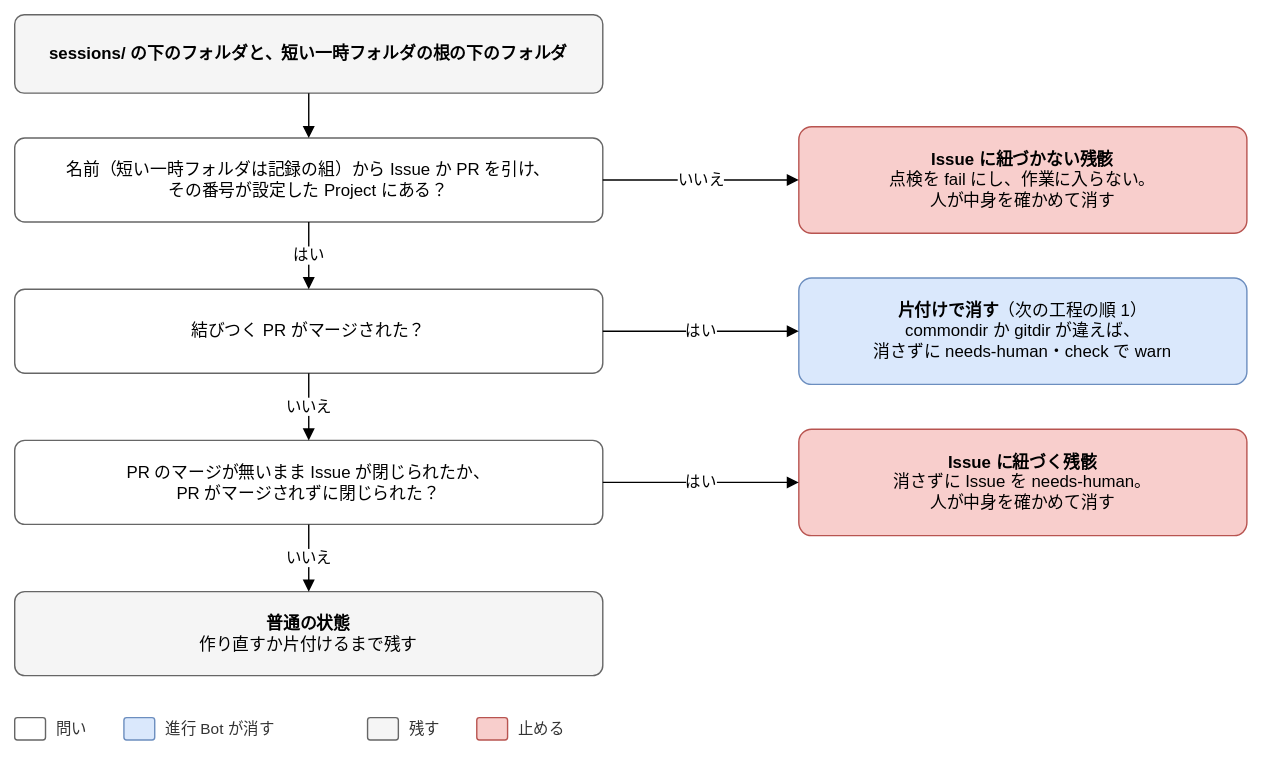
Joymerrevent/dev-autopilot keeps this draw.io diagram as docs/design/basic/diagrams/02-workspace-residue.drawio.svg. Above is the earlier version. Source tidied: cells renumbered, new cells last; positions are measured from the earlier drawing's top-left corner, leaving out a move shared by most shapes. Its diagram source:
```xml
<mxGraphModel background="#ffffff">
  <root>
    <mxCell id="0" />
    <mxCell id="1" parent="0" />
    <mxCell id="2" value="&lt;b&gt;sessions/ の下のフォルダと、短い一時フォルダの根の下のフォルダ&lt;/b&gt;" style="rounded=1;whiteSpace=wrap;html=1;fontSize=12;arcSize=12;spacing=12;fillColor=#f5f5f5;strokeColor=#666666;" parent="1" vertex="1">
      <mxGeometry width="420" height="56" as="geometry" />
    </mxCell>
    <mxCell id="3" value="名前（短い一時フォルダは記録の組）から Issue か PR を引け、&lt;br&gt;その番号が設定した Project にある？" style="rounded=1;whiteSpace=wrap;html=1;fontSize=12;arcSize=12;spacing=12;fillColor=#ffffff;strokeColor=#666666;" parent="1" vertex="1">
      <mxGeometry y="88" width="420" height="60" as="geometry" />
    </mxCell>
    <mxCell id="4" value="結びつく PR がマージされた？" style="rounded=1;whiteSpace=wrap;html=1;fontSize=12;arcSize=12;spacing=12;fillColor=#ffffff;strokeColor=#666666;" parent="1" vertex="1">
      <mxGeometry y="196" width="420" height="60" as="geometry" />
    </mxCell>
    <mxCell id="5" value="PR のマージが無いまま Issue が閉じられたか、&lt;br&gt;PR がマージされずに閉じられた？" style="rounded=1;whiteSpace=wrap;html=1;fontSize=12;arcSize=12;spacing=12;fillColor=#ffffff;strokeColor=#666666;" parent="1" vertex="1">
      <mxGeometry y="304" width="420" height="60" as="geometry" />
    </mxCell>
    <mxCell id="6" value="&lt;b&gt;Issue に紐づかない残骸&lt;/b&gt;&lt;br&gt;点検を fail にし、作業に入らない。&lt;br&gt;人が中身を確かめて消す" style="rounded=1;whiteSpace=wrap;html=1;fontSize=12;arcSize=12;spacing=12;fillColor=#f8cecc;strokeColor=#b85450;" parent="1" vertex="1">
      <mxGeometry x="560" y="80" width="320" height="76" as="geometry" />
    </mxCell>
    <mxCell id="7" value="&lt;b&gt;片付けで消す&lt;/b&gt;（次の工程の順 1）&lt;br&gt;commondir か gitdir が違えば、&lt;br&gt;消さずに needs-human・check で warn" style="rounded=1;whiteSpace=wrap;html=1;fontSize=12;arcSize=12;spacing=12;fillColor=#dae8fc;strokeColor=#6c8ebf;" parent="1" vertex="1">
      <mxGeometry x="560" y="188" width="320" height="76" as="geometry" />
    </mxCell>
    <mxCell id="8" value="&lt;b&gt;Issue に紐づく残骸&lt;/b&gt;&lt;br&gt;消さずに Issue を needs-human。&lt;br&gt;人が中身を確かめて消す" style="rounded=1;whiteSpace=wrap;html=1;fontSize=12;arcSize=12;spacing=12;fillColor=#f8cecc;strokeColor=#b85450;" parent="1" vertex="1">
      <mxGeometry x="560" y="296" width="320" height="76" as="geometry" />
    </mxCell>
    <mxCell id="9" value="&lt;b&gt;普通の状態&lt;/b&gt;&lt;br&gt;作り直すか片付けるまで残す" style="rounded=1;whiteSpace=wrap;html=1;fontSize=12;arcSize=12;spacing=12;fillColor=#f5f5f5;strokeColor=#666666;" parent="1" vertex="1">
      <mxGeometry y="412" width="420" height="60" as="geometry" />
    </mxCell>
    <mxCell id="10" style="edgeStyle=orthogonalEdgeStyle;rounded=1;html=1;endArrow=block;endFill=1;fontSize=11;labelBackgroundColor=#ffffff;exitX=0.5;exitY=1;exitDx=0;exitDy=0;entryX=0.5;entryY=0;entryDx=0;entryDy=0;" parent="1" edge="1" source="2" target="3">
      <mxGeometry relative="1" as="geometry" />
    </mxCell>
    <mxCell id="11" value="いいえ" style="edgeStyle=orthogonalEdgeStyle;rounded=1;html=1;endArrow=block;endFill=1;fontSize=11;labelBackgroundColor=#ffffff;exitX=1;exitY=0.5;exitDx=0;exitDy=0;entryX=0;entryY=0.5;entryDx=0;entryDy=0;" parent="1" edge="1" source="3" target="6">
      <mxGeometry relative="1" as="geometry" />
    </mxCell>
    <mxCell id="12" value="はい" style="edgeStyle=orthogonalEdgeStyle;rounded=1;html=1;endArrow=block;endFill=1;fontSize=11;labelBackgroundColor=#ffffff;exitX=0.5;exitY=1;exitDx=0;exitDy=0;entryX=0.5;entryY=0;entryDx=0;entryDy=0;" parent="1" edge="1" source="3" target="4">
      <mxGeometry relative="1" as="geometry" />
    </mxCell>
    <mxCell id="13" value="はい" style="edgeStyle=orthogonalEdgeStyle;rounded=1;html=1;endArrow=block;endFill=1;fontSize=11;labelBackgroundColor=#ffffff;exitX=1;exitY=0.5;exitDx=0;exitDy=0;entryX=0;entryY=0.5;entryDx=0;entryDy=0;" parent="1" edge="1" source="4" target="7">
      <mxGeometry relative="1" as="geometry" />
    </mxCell>
    <mxCell id="14" value="いいえ" style="edgeStyle=orthogonalEdgeStyle;rounded=1;html=1;endArrow=block;endFill=1;fontSize=11;labelBackgroundColor=#ffffff;exitX=0.5;exitY=1;exitDx=0;exitDy=0;entryX=0.5;entryY=0;entryDx=0;entryDy=0;" parent="1" edge="1" source="4" target="5">
      <mxGeometry relative="1" as="geometry" />
    </mxCell>
    <mxCell id="15" value="はい" style="edgeStyle=orthogonalEdgeStyle;rounded=1;html=1;endArrow=block;endFill=1;fontSize=11;labelBackgroundColor=#ffffff;exitX=1;exitY=0.5;exitDx=0;exitDy=0;entryX=0;entryY=0.5;entryDx=0;entryDy=0;" parent="1" edge="1" source="5" target="8">
      <mxGeometry relative="1" as="geometry" />
    </mxCell>
    <mxCell id="16" value="いいえ" style="edgeStyle=orthogonalEdgeStyle;rounded=1;html=1;endArrow=block;endFill=1;fontSize=11;labelBackgroundColor=#ffffff;exitX=0.5;exitY=1;exitDx=0;exitDy=0;entryX=0.5;entryY=0;entryDx=0;entryDy=0;" parent="1" edge="1" source="5" target="9">
      <mxGeometry relative="1" as="geometry" />
    </mxCell>
    <mxCell id="17" style="rounded=1;whiteSpace=wrap;html=1;fontSize=12;arcSize=12;spacing=12;fillColor=#ffffff;strokeColor=#666666;" parent="1" vertex="1">
      <mxGeometry y="502" width="22" height="16" as="geometry" />
    </mxCell>
    <mxCell id="18" value="問い" style="text;html=1;align=left;verticalAlign=middle;fontSize=11;fontColor=#333333;" parent="1" vertex="1">
      <mxGeometry x="28" y="500" width="34" height="20" as="geometry" />
    </mxCell>
    <mxCell id="19" style="rounded=1;whiteSpace=wrap;html=1;fontSize=12;arcSize=12;spacing=12;fillColor=#dae8fc;strokeColor=#6c8ebf;" parent="1" vertex="1">
      <mxGeometry x="78" y="502" width="22" height="16" as="geometry" />
    </mxCell>
    <mxCell id="20" value="進行 Bot が消す" style="text;html=1;align=left;verticalAlign=middle;fontSize=11;fontColor=#333333;" parent="1" vertex="1">
      <mxGeometry x="106" y="500" width="130" height="20" as="geometry" />
    </mxCell>
    <mxCell id="21" style="rounded=1;whiteSpace=wrap;html=1;fontSize=12;arcSize=12;spacing=12;fillColor=#f5f5f5;strokeColor=#666666;" parent="1" vertex="1">
      <mxGeometry x="252" y="502" width="22" height="16" as="geometry" />
    </mxCell>
    <mxCell id="22" value="残す" style="text;html=1;align=left;verticalAlign=middle;fontSize=11;fontColor=#333333;" parent="1" vertex="1">
      <mxGeometry x="280" y="500" width="34" height="20" as="geometry" />
    </mxCell>
    <mxCell id="23" style="rounded=1;whiteSpace=wrap;html=1;fontSize=12;arcSize=12;spacing=12;fillColor=#f8cecc;strokeColor=#b85450;" parent="1" vertex="1">
      <mxGeometry x="330" y="502" width="22" height="16" as="geometry" />
    </mxCell>
    <mxCell id="24" value="止める" style="text;html=1;align=left;verticalAlign=middle;fontSize=11;fontColor=#333333;" parent="1" vertex="1">
      <mxGeometry x="358" y="500" width="46" height="20" as="geometry" />
    </mxCell>
  </root>
</mxGraphModel>
```
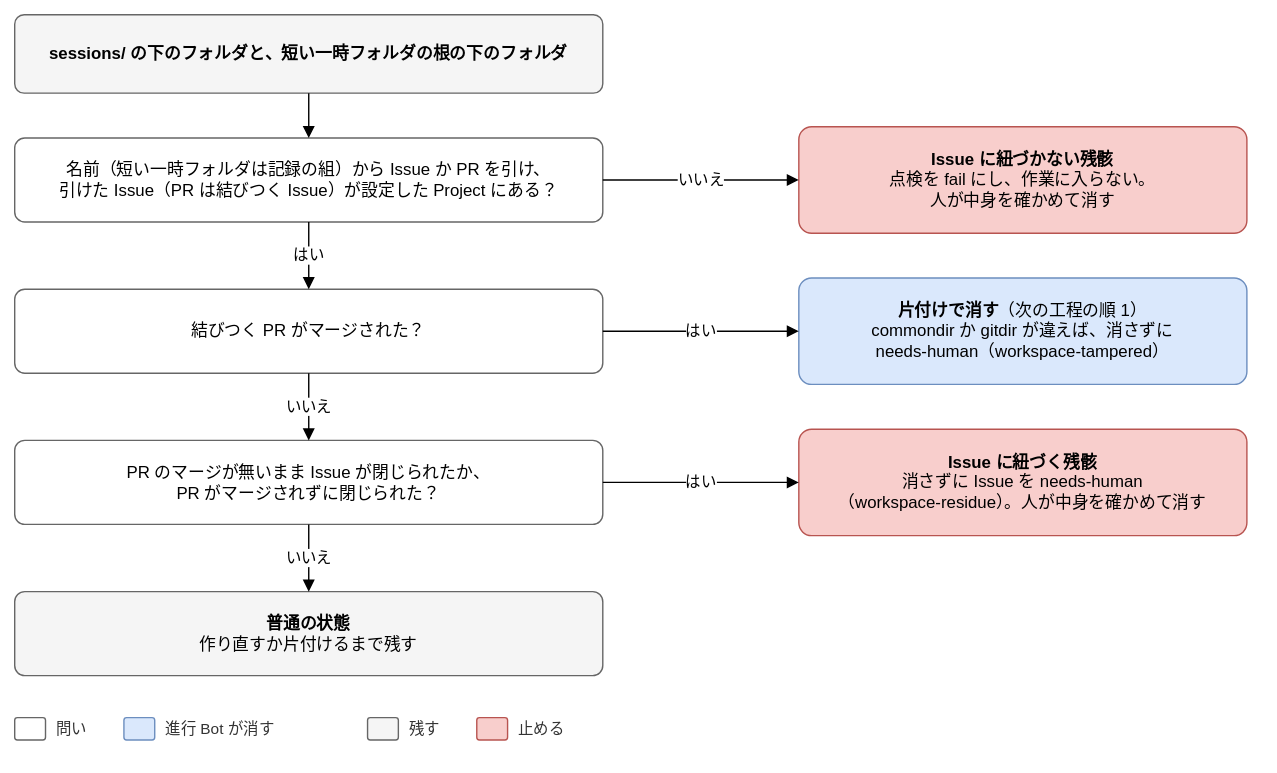
The same diagram one commit later.

Diff of the diagram source:
```diff
@@ -5,7 +5,7 @@
     <mxCell id="2" value="&lt;b&gt;sessions/ の下のフォルダと、短い一時フォルダの根の下のフォルダ&lt;/b&gt;" style="rounded=1;whiteSpace=wrap;html=1;fontSize=12;arcSize=12;spacing=12;fillColor=#f5f5f5;strokeColor=#666666;" parent="1" vertex="1">
       <mxGeometry width="420" height="56" as="geometry" />
     </mxCell>
-    <mxCell id="3" value="名前（短い一時フォルダは記録の組）から Issue か PR を引け、&lt;br&gt;その番号が設定した Project にある？" style="rounded=1;whiteSpace=wrap;html=1;fontSize=12;arcSize=12;spacing=12;fillColor=#ffffff;strokeColor=#666666;" parent="1" vertex="1">
+    <mxCell id="3" value="名前（短い一時フォルダは記録の組）から Issue か PR を引け、&lt;br&gt;引けた Issue（PR は結びつく Issue）が設定した Project にある？" style="rounded=1;whiteSpace=wrap;html=1;fontSize=12;arcSize=12;spacing=12;fillColor=#ffffff;strokeColor=#666666;" parent="1" vertex="1">
       <mxGeometry y="88" width="420" height="60" as="geometry" />
     </mxCell>
     <mxCell id="4" value="結びつく PR がマージされた？" style="rounded=1;whiteSpace=wrap;html=1;fontSize=12;arcSize=12;spacing=12;fillColor=#ffffff;strokeColor=#666666;" parent="1" vertex="1">
@@ -17,10 +17,10 @@
     <mxCell id="6" value="&lt;b&gt;Issue に紐づかない残骸&lt;/b&gt;&lt;br&gt;点検を fail にし、作業に入らない。&lt;br&gt;人が中身を確かめて消す" style="rounded=1;whiteSpace=wrap;html=1;fontSize=12;arcSize=12;spacing=12;fillColor=#f8cecc;strokeColor=#b85450;" parent="1" vertex="1">
       <mxGeometry x="560" y="80" width="320" height="76" as="geometry" />
     </mxCell>
-    <mxCell id="7" value="&lt;b&gt;片付けで消す&lt;/b&gt;（次の工程の順 1）&lt;br&gt;commondir か gitdir が違えば、&lt;br&gt;消さずに needs-human・check で warn" style="rounded=1;whiteSpace=wrap;html=1;fontSize=12;arcSize=12;spacing=12;fillColor=#dae8fc;strokeColor=#6c8ebf;" parent="1" vertex="1">
+    <mxCell id="7" value="&lt;b&gt;片付けで消す&lt;/b&gt;（次の工程の順 1）&lt;br&gt;commondir か gitdir が違えば、消さずに&lt;br&gt;needs-human（workspace-tampered）" style="rounded=1;whiteSpace=wrap;html=1;fontSize=12;arcSize=12;spacing=12;fillColor=#dae8fc;strokeColor=#6c8ebf;" parent="1" vertex="1">
       <mxGeometry x="560" y="188" width="320" height="76" as="geometry" />
     </mxCell>
-    <mxCell id="8" value="&lt;b&gt;Issue に紐づく残骸&lt;/b&gt;&lt;br&gt;消さずに Issue を needs-human。&lt;br&gt;人が中身を確かめて消す" style="rounded=1;whiteSpace=wrap;html=1;fontSize=12;arcSize=12;spacing=12;fillColor=#f8cecc;strokeColor=#b85450;" parent="1" vertex="1">
+    <mxCell id="8" value="&lt;b&gt;Issue に紐づく残骸&lt;/b&gt;&lt;br&gt;消さずに Issue を needs-human&lt;br&gt;（workspace-residue）。人が中身を確かめて消す" style="rounded=1;whiteSpace=wrap;html=1;fontSize=12;arcSize=12;spacing=12;fillColor=#f8cecc;strokeColor=#b85450;" parent="1" vertex="1">
       <mxGeometry x="560" y="296" width="320" height="76" as="geometry" />
     </mxCell>
     <mxCell id="9" value="&lt;b&gt;普通の状態&lt;/b&gt;&lt;br&gt;作り直すか片付けるまで残す" style="rounded=1;whiteSpace=wrap;html=1;fontSize=12;arcSize=12;spacing=12;fillColor=#f5f5f5;strokeColor=#666666;" parent="1" vertex="1">
```
